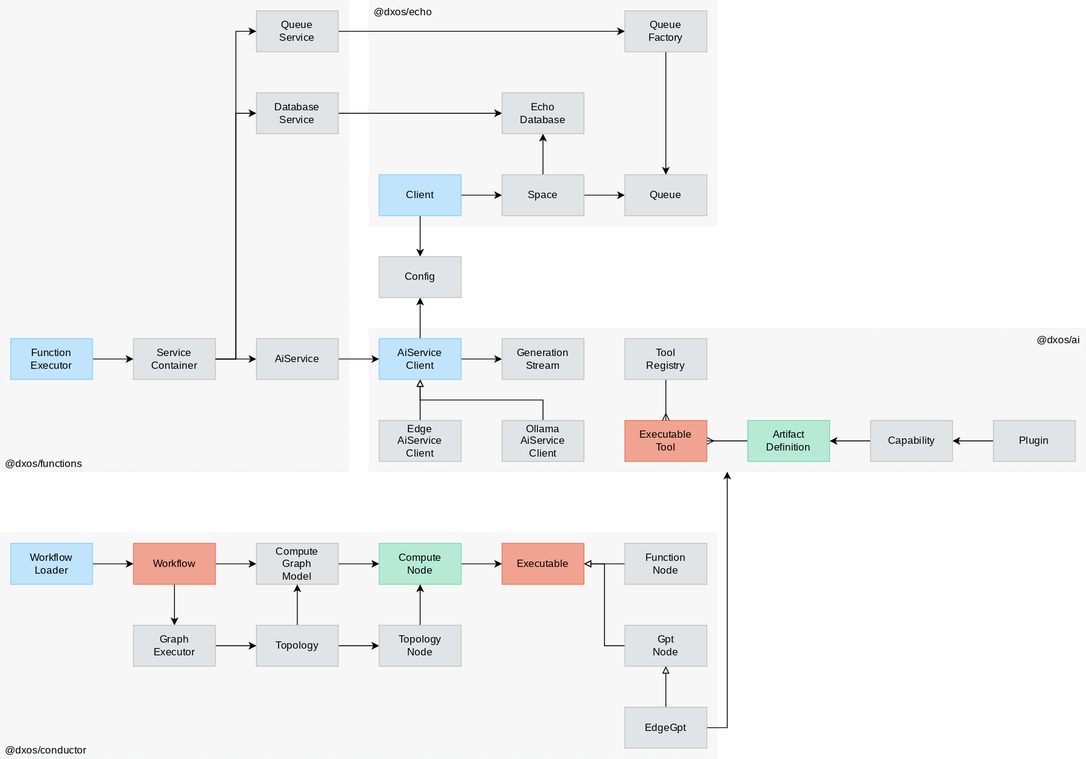
Before: packages/core/ai/docs/ai.drawio.svg, a diagram exported from draw.io (dxos/dxos). Source tidied: cells renumbered, new cells last; positions are measured from the earlier drawing's top-left corner, leaving out a move shared by most shapes.
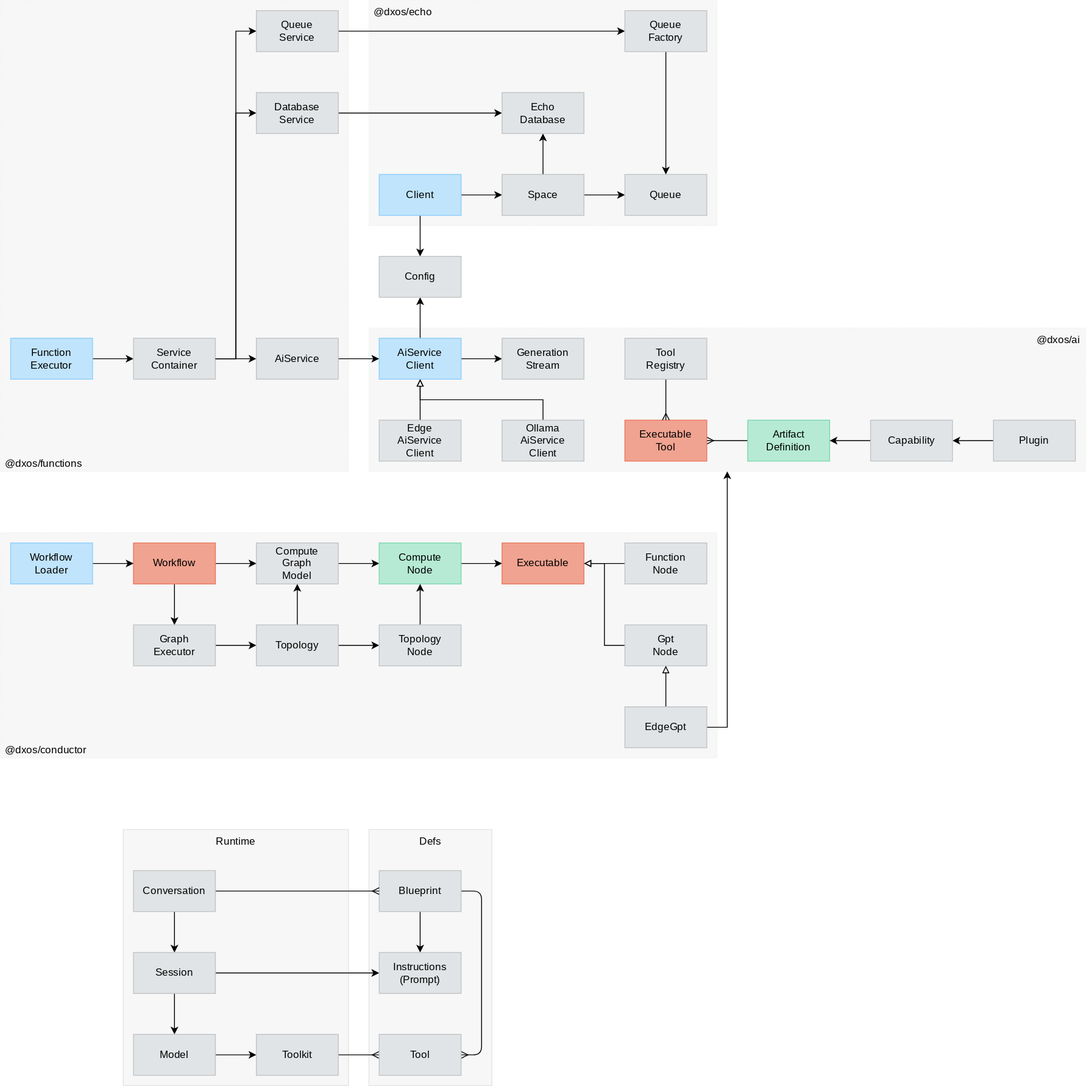
After the change.

What changed in the source:
```diff
@@ -2,6 +2,12 @@
   <root>
     <mxCell id="0" />
     <mxCell id="1" parent="0" />
+    <mxCell id="70" value="Runtime" style="rounded=0;whiteSpace=wrap;html=1;fontFamily=Space Grotesk;fontSource=https%3A%2F%2Ffonts.googleapis.com%2Fcss%3Ffamily%3DSpace%2BGrotesk;fillColor=#F7F7F7;fontColor=#000000;strokeColor=#E1E4E6;verticalAlign=top;" parent="1" vertex="1">
+      <mxGeometry x="144" y="972" width="264" height="300" as="geometry" />
+    </mxCell>
+    <mxCell id="71" value="Defs" style="rounded=0;whiteSpace=wrap;html=1;fontFamily=Space Grotesk;fontSource=https%3A%2F%2Ffonts.googleapis.com%2Fcss%3Ffamily%3DSpace%2BGrotesk;fillColor=#F7F7F7;fontColor=#000000;strokeColor=#E1E4E6;verticalAlign=top;" parent="1" vertex="1">
+      <mxGeometry x="432" y="972" width="144" height="300" as="geometry" />
+    </mxCell>
     <mxCell id="2" value="@dxos/conductor" style="rounded=0;whiteSpace=wrap;html=1;fontFamily=Space Grotesk;fontSource=https%3A%2F%2Ffonts.googleapis.com%2Fcss%3Ffamily%3DSpace%2BGrotesk;verticalAlign=bottom;fillColor=#F7F7F7;dashed=1;strokeWidth=0.5;align=left;spacingLeft=4;spacingRight=4;fontColor=#000000;strokeColor=#E1E4E6;" parent="1" vertex="1">
       <mxGeometry y="624" width="840" height="264" as="geometry" />
     </mxCell>
@@ -231,5 +237,55 @@
     <mxCell id="69" value="Tool&lt;div&gt;Registry&lt;/div&gt;" style="rounded=0;whiteSpace=wrap;html=1;fontFamily=Space Grotesk;fontSource=https%3A%2F%2Ffonts.googleapis.com%2Fcss%3Ffamily%3DSpace%2BGrotesk;fillColor=#E1E4E6;fontColor=#000000;strokeColor=#C0C3C5;" parent="1" vertex="1">
       <mxGeometry x="732" y="396" width="96" height="48" as="geometry" />
     </mxCell>
+    <mxCell id="72" style="edgeStyle=none;html=1;endArrow=ERmany;endFill=0;" parent="1" edge="1" source="85" target="76">
+      <mxGeometry relative="1" as="geometry" />
+    </mxCell>
+    <mxCell id="73" style="edgeStyle=none;html=1;endArrow=ERmany;endFill=0;" parent="1" edge="1" source="75" target="76">
+      <mxGeometry relative="1" as="geometry">
+        <Array as="points">
+          <mxPoint x="564" y="1044" />
+          <mxPoint x="564" y="1236" />
+        </Array>
+      </mxGeometry>
+    </mxCell>
+    <mxCell id="74" style="edgeStyle=none;html=1;exitX=0.5;exitY=1;exitDx=0;exitDy=0;" parent="1" edge="1" source="75" target="86">
+      <mxGeometry relative="1" as="geometry" />
+    </mxCell>
+    <mxCell id="75" value="Blueprint" style="rounded=0;whiteSpace=wrap;html=1;fontFamily=Space Grotesk;fontSource=https%3A%2F%2Ffonts.googleapis.com%2Fcss%3Ffamily%3DSpace%2BGrotesk;fillColor=#E1E4E6;fontColor=#000000;strokeColor=#C0C3C5;" parent="1" vertex="1">
+      <mxGeometry x="444" y="1020" width="96" height="48" as="geometry" />
+    </mxCell>
+    <mxCell id="76" value="Tool" style="rounded=0;whiteSpace=wrap;html=1;fontFamily=Space Grotesk;fontSource=https%3A%2F%2Ffonts.googleapis.com%2Fcss%3Ffamily%3DSpace%2BGrotesk;fillColor=#E1E4E6;fontColor=#000000;strokeColor=#C0C3C5;" parent="1" vertex="1">
+      <mxGeometry x="444" y="1212" width="96" height="48" as="geometry" />
+    </mxCell>
+    <mxCell id="77" style="edgeStyle=none;html=1;exitX=1;exitY=0.5;exitDx=0;exitDy=0;endArrow=ERmany;endFill=0;" parent="1" edge="1" source="79" target="75">
+      <mxGeometry relative="1" as="geometry" />
+    </mxCell>
+    <mxCell id="78" style="edgeStyle=none;html=1;exitX=0.5;exitY=1;exitDx=0;exitDy=0;entryX=0.5;entryY=0;entryDx=0;entryDy=0;" parent="1" edge="1" source="79" target="82">
+      <mxGeometry relative="1" as="geometry" />
+    </mxCell>
+    <mxCell id="79" value="Conversation" style="rounded=0;whiteSpace=wrap;html=1;fontFamily=Space Grotesk;fontSource=https%3A%2F%2Ffonts.googleapis.com%2Fcss%3Ffamily%3DSpace%2BGrotesk;fillColor=#E1E4E6;fontColor=#000000;strokeColor=#C0C3C5;" parent="1" vertex="1">
+      <mxGeometry x="156" y="1020" width="96" height="48" as="geometry" />
+    </mxCell>
+    <mxCell id="80" style="edgeStyle=none;html=1;exitX=0.5;exitY=1;exitDx=0;exitDy=0;" parent="1" edge="1" source="82" target="84">
+      <mxGeometry relative="1" as="geometry" />
+    </mxCell>
+    <mxCell id="81" style="edgeStyle=none;html=1;exitX=1;exitY=0.5;exitDx=0;exitDy=0;" parent="1" edge="1" source="82" target="86">
+      <mxGeometry relative="1" as="geometry" />
+    </mxCell>
+    <mxCell id="82" value="Session" style="rounded=0;whiteSpace=wrap;html=1;fontFamily=Space Grotesk;fontSource=https%3A%2F%2Ffonts.googleapis.com%2Fcss%3Ffamily%3DSpace%2BGrotesk;fillColor=#E1E4E6;fontColor=#000000;strokeColor=#C0C3C5;" parent="1" vertex="1">
+      <mxGeometry x="156" y="1116" width="96" height="48" as="geometry" />
+    </mxCell>
+    <mxCell id="83" style="edgeStyle=none;html=1;exitX=1;exitY=0.5;exitDx=0;exitDy=0;" parent="1" edge="1" source="84" target="85">
+      <mxGeometry relative="1" as="geometry" />
+    </mxCell>
+    <mxCell id="84" value="Model" style="rounded=0;whiteSpace=wrap;html=1;fontFamily=Space Grotesk;fontSource=https%3A%2F%2Ffonts.googleapis.com%2Fcss%3Ffamily%3DSpace%2BGrotesk;fillColor=#E1E4E6;fontColor=#000000;strokeColor=#C0C3C5;" parent="1" vertex="1">
+      <mxGeometry x="156" y="1212" width="96" height="48" as="geometry" />
+    </mxCell>
+    <mxCell id="85" value="Toolkit" style="rounded=0;whiteSpace=wrap;html=1;fontFamily=Space Grotesk;fontSource=https%3A%2F%2Ffonts.googleapis.com%2Fcss%3Ffamily%3DSpace%2BGrotesk;fillColor=#E1E4E6;fontColor=#000000;strokeColor=#C0C3C5;" parent="1" vertex="1">
+      <mxGeometry x="300" y="1212" width="96" height="48" as="geometry" />
+    </mxCell>
+    <mxCell id="86" value="Instructions&lt;div&gt;(Prompt)&lt;/div&gt;" style="rounded=0;whiteSpace=wrap;html=1;fontFamily=Space Grotesk;fontSource=https%3A%2F%2Ffonts.googleapis.com%2Fcss%3Ffamily%3DSpace%2BGrotesk;fillColor=#E1E4E6;fontColor=#000000;strokeColor=#C0C3C5;" parent="1" vertex="1">
+      <mxGeometry x="444" y="1116" width="96" height="48" as="geometry" />
+    </mxCell>
   </root>
 </mxGraphModel>
```
